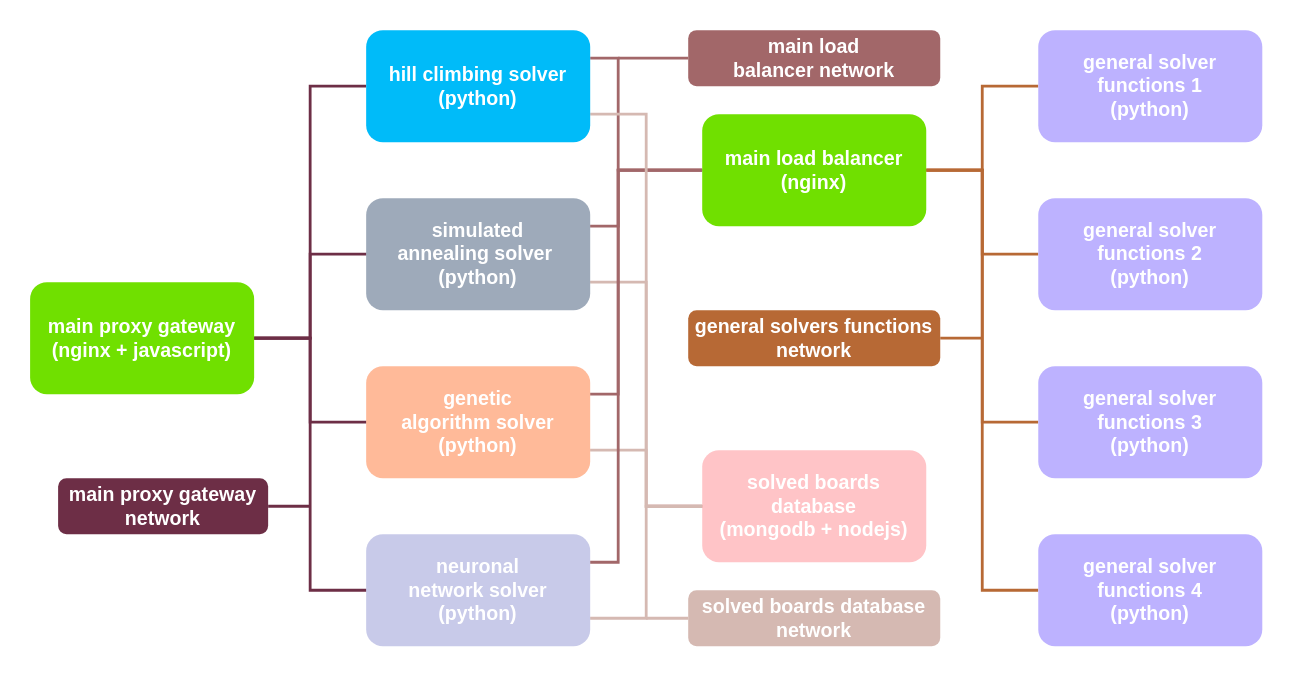
joseesco24/sudoku_solver keeps this draw.io diagram as images/sudoku_solver.svg. Above is the earlier version. Source tidied: cells renumbered, new cells last; positions are measured from the earlier drawing's top-left corner, leaving out a move shared by most shapes.
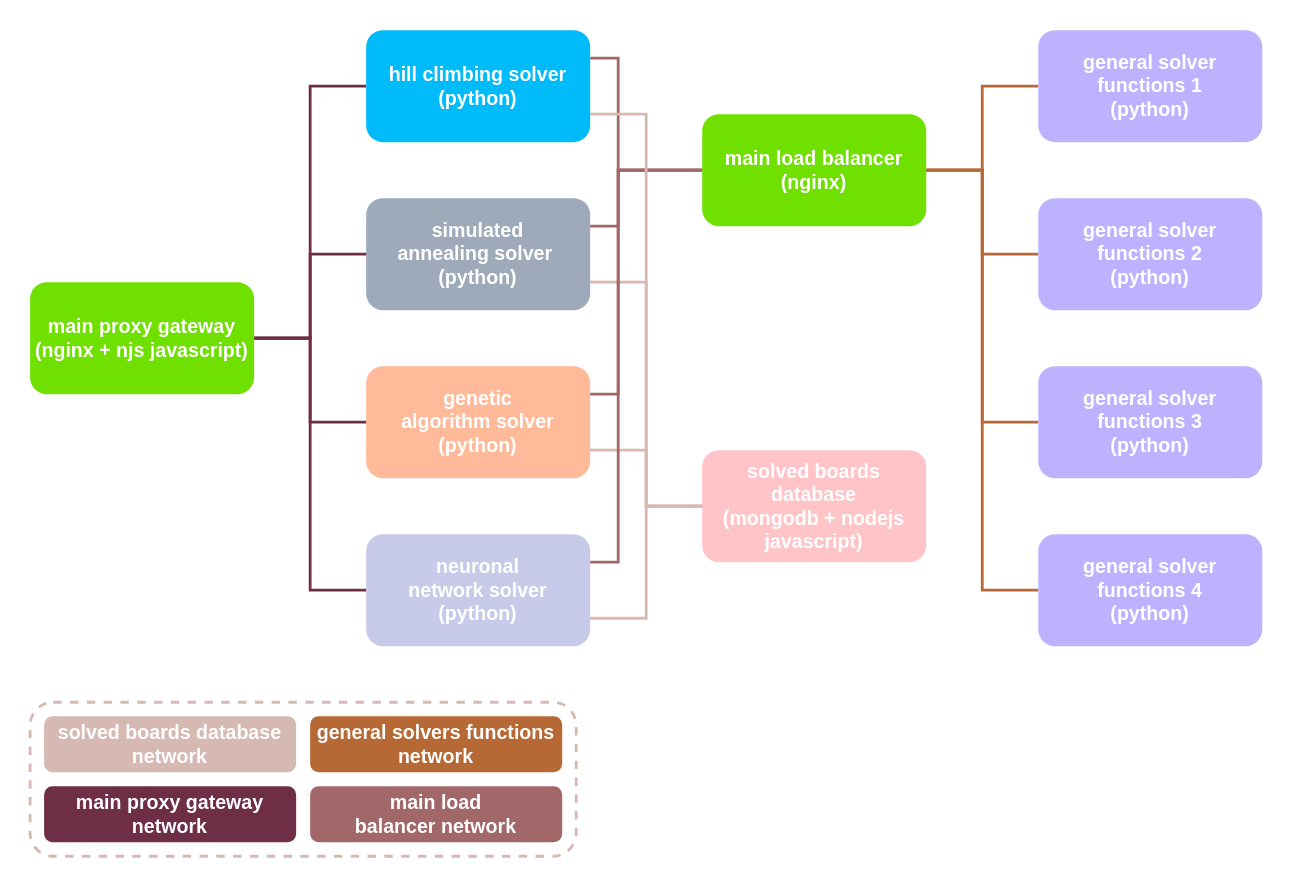
After the change.

Commit message:
se hicieron correcciones menores en los esquemas

What changed in the source:
```diff
@@ -14,7 +14,7 @@
     <mxCell id="5" style="edgeStyle=orthogonalEdgeStyle;rounded=0;jettySize=auto;html=1;exitX=1;exitY=0.5;exitDx=0;exitDy=0;entryX=0;entryY=0.5;entryDx=0;entryDy=0;endArrow=none;endFill=0;strokeWidth=2;strokeColor=#6d2e46;" parent="1" edge="1" source="6" target="15">
       <mxGeometry relative="1" as="geometry" />
     </mxCell>
-    <mxCell id="6" value="&lt;b&gt;&lt;font color=&quot;#ffffff&quot; style=&quot;font-size: 14px&quot;&gt;main proxy gateway&lt;br&gt;(nginx + javascript)&lt;br&gt;&lt;/font&gt;&lt;/b&gt;" style="rounded=1;whiteSpace=wrap;html=1;strokeWidth=2;strokeColor=none;fillColor=#70e000;" parent="1" vertex="1">
+    <mxCell id="6" value="&lt;b&gt;&lt;font color=&quot;#ffffff&quot; style=&quot;font-size: 14px&quot;&gt;main proxy gateway&lt;br&gt;(nginx + njs javascript)&lt;br&gt;&lt;/font&gt;&lt;/b&gt;" style="rounded=1;whiteSpace=wrap;html=1;strokeWidth=2;strokeColor=none;fillColor=#70e000;" parent="1" vertex="1">
       <mxGeometry y="180" width="160" height="80" as="geometry" />
     </mxCell>
     <mxCell id="7" style="edgeStyle=orthogonalEdgeStyle;rounded=0;jettySize=auto;html=1;exitX=1;exitY=0.25;exitDx=0;exitDy=0;entryX=0;entryY=0.5;entryDx=0;entryDy=0;endArrow=none;endFill=0;strokeWidth=2;strokeColor=#a26769;" parent="1" edge="1" source="9" target="23">
@@ -88,7 +88,7 @@
     <mxCell id="23" value="&lt;font style=&quot;font-size: 14px&quot; color=&quot;#ffffff&quot;&gt;&lt;b&gt;main load balancer&lt;br&gt;(nginx)&lt;br&gt;&lt;/b&gt;&lt;/font&gt;" style="rounded=1;whiteSpace=wrap;html=1;strokeWidth=2;strokeColor=none;fillColor=#70e000;" parent="1" vertex="1">
       <mxGeometry x="480" y="60" width="160" height="80" as="geometry" />
     </mxCell>
-    <mxCell id="24" value="&lt;font color=&quot;#ffffff&quot;&gt;&lt;span style=&quot;font-size: 14px&quot;&gt;&lt;b&gt;solved boards database &lt;br&gt;(mongodb + nodejs)&lt;/b&gt;&lt;/span&gt;&lt;/font&gt;" style="rounded=1;whiteSpace=wrap;html=1;strokeWidth=2;strokeColor=none;glass=0;shadow=0;sketch=0;fillColor=#fe6d73;opacity=40;" parent="1" vertex="1">
+    <mxCell id="24" value="&lt;font color=&quot;#ffffff&quot;&gt;&lt;span style=&quot;font-size: 14px&quot;&gt;&lt;b&gt;solved boards database &lt;br&gt;(mongodb + nodejs javascript)&lt;/b&gt;&lt;/span&gt;&lt;/font&gt;" style="rounded=1;whiteSpace=wrap;html=1;strokeWidth=2;strokeColor=none;glass=0;shadow=0;sketch=0;fillColor=#fe6d73;opacity=40;" parent="1" vertex="1">
       <mxGeometry x="480" y="300" width="160" height="80" as="geometry" />
     </mxCell>
     <mxCell id="25" value="&lt;b style=&quot;font-size: 14px&quot;&gt;&lt;font color=&quot;#ffffff&quot; style=&quot;font-size: 14px&quot;&gt;general solver functions 1&lt;br&gt;(python)&lt;/font&gt;&lt;/b&gt;" style="rounded=1;whiteSpace=wrap;html=1;strokeWidth=2;strokeColor=none;fillColor=#bdb2ff;" parent="1" vertex="1">
@@ -103,37 +103,20 @@
     <mxCell id="28" value="&lt;b style=&quot;font-size: 14px&quot;&gt;&lt;font color=&quot;#ffffff&quot;&gt;general solver functions 4&lt;br&gt;(python)&lt;/font&gt;&lt;/b&gt;" style="rounded=1;whiteSpace=wrap;html=1;strokeWidth=2;strokeColor=none;fillColor=#bdb2ff;" parent="1" vertex="1">
       <mxGeometry x="720" y="360" width="160" height="80" as="geometry" />
     </mxCell>
-    <mxCell id="29" style="edgeStyle=orthogonalEdgeStyle;rounded=0;jettySize=auto;html=1;exitX=1;exitY=0.5;exitDx=0;exitDy=0;fontColor=#FFFFFF;endArrow=none;endFill=0;strokeWidth=2;strokeColor=#6D2E46;" parent="1" edge="1" source="30">
-      <mxGeometry relative="1" as="geometry">
-        <mxPoint x="200" y="340" as="targetPoint" />
-      </mxGeometry>
-    </mxCell>
     <mxCell id="30" value="&lt;b&gt;&lt;font style=&quot;font-size: 14px&quot;&gt;main proxy gateway network&lt;/font&gt;&lt;/b&gt;" style="text;html=1;strokeColor=none;align=center;verticalAlign=middle;whiteSpace=wrap;rounded=1;shadow=0;glass=0;sketch=0;fontColor=#FFFFFF;fillColor=#6D2E46;" parent="1" vertex="1">
-      <mxGeometry x="20" y="320" width="150" height="40" as="geometry" />
+      <mxGeometry x="10" y="540" width="180" height="40" as="geometry" />
     </mxCell>
-    <mxCell id="31" style="edgeStyle=orthogonalEdgeStyle;rounded=0;jettySize=auto;html=1;exitX=0;exitY=0.5;exitDx=0;exitDy=0;fontColor=#FFFFFF;endArrow=none;endFill=0;strokeWidth=2;strokeColor=#D5B9B2;" parent="1" edge="1" source="32">
-      <mxGeometry relative="1" as="geometry">
-        <mxPoint x="440" y="420" as="targetPoint" />
-      </mxGeometry>
-    </mxCell>
     <mxCell id="32" value="&lt;font&gt;&lt;span style=&quot;font-size: 14px&quot;&gt;&lt;b&gt;solved boards database network&lt;/b&gt;&lt;/span&gt;&lt;/font&gt;" style="text;html=1;strokeColor=none;align=center;verticalAlign=middle;whiteSpace=wrap;rounded=1;shadow=0;glass=0;sketch=0;fontColor=#FFFFFF;fillColor=#D5B9B2;" parent="1" vertex="1">
-      <mxGeometry x="470" y="400" width="180" height="40" as="geometry" />
+      <mxGeometry x="10" y="490" width="180" height="40" as="geometry" />
     </mxCell>
-    <mxCell id="33" style="edgeStyle=orthogonalEdgeStyle;rounded=0;jettySize=auto;html=1;exitX=0;exitY=0.5;exitDx=0;exitDy=0;fontColor=#FFFFFF;endArrow=none;endFill=0;strokeWidth=2;strokeColor=#A26769;" parent="1" edge="1" source="34">
-      <mxGeometry relative="1" as="geometry">
-        <mxPoint x="420" y="20" as="targetPoint" />
-      </mxGeometry>
-    </mxCell>
     <mxCell id="34" value="&lt;font&gt;&lt;span style=&quot;font-size: 14px&quot;&gt;&lt;b&gt;main load balancer&amp;nbsp;network&lt;/b&gt;&lt;/span&gt;&lt;/font&gt;" style="text;html=1;strokeColor=none;align=center;verticalAlign=middle;whiteSpace=wrap;rounded=1;shadow=0;glass=0;sketch=0;fontColor=#FFFFFF;fillColor=#A26769;" parent="1" vertex="1">
-      <mxGeometry x="470" width="180" height="40" as="geometry" />
+      <mxGeometry x="200" y="540" width="180" height="40" as="geometry" />
     </mxCell>
-    <mxCell id="35" style="edgeStyle=orthogonalEdgeStyle;rounded=0;jettySize=auto;html=1;exitX=1;exitY=0.5;exitDx=0;exitDy=0;fontColor=#FFFFFF;endArrow=none;endFill=0;strokeColor=#b76935;strokeWidth=2;" parent="1" edge="1" source="36">
-      <mxGeometry relative="1" as="geometry">
-        <mxPoint x="680" y="220" as="targetPoint" />
-      </mxGeometry>
-    </mxCell>
     <mxCell id="36" value="&lt;span style=&quot;font-size: 14px&quot;&gt;&lt;b&gt;general solvers functions network&lt;/b&gt;&lt;/span&gt;" style="text;html=1;strokeColor=none;align=center;verticalAlign=middle;whiteSpace=wrap;rounded=1;shadow=0;glass=0;sketch=0;fontColor=#FFFFFF;fillColor=#B76935;" parent="1" vertex="1">
-      <mxGeometry x="470" y="200" width="180" height="40" as="geometry" />
+      <mxGeometry x="200" y="490" width="180" height="40" as="geometry" />
     </mxCell>
+    <mxCell id="37" style="rounded=1;whiteSpace=wrap;html=1;fillColor=none;strokeWidth=2;strokeColor=#D5B9B2;dashed=1;" parent="1" vertex="1">
+      <mxGeometry y="480" width="390" height="110" as="geometry" />
+    </mxCell>
   </root>
 </mxGraphModel>
```
